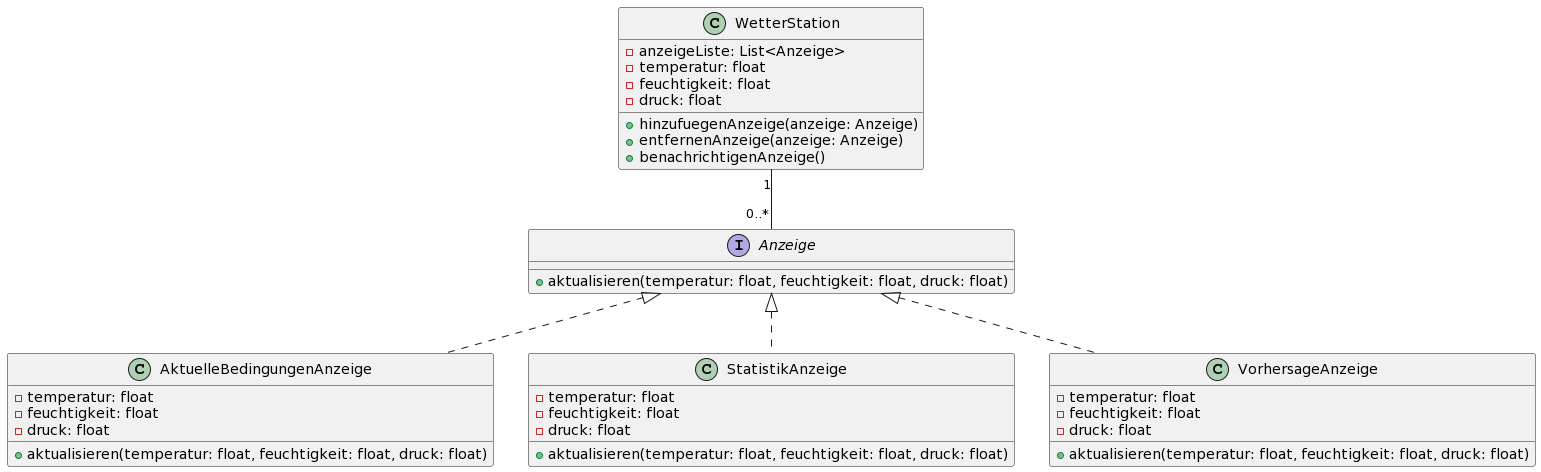
Before: dojo-dungeon/todo-assets/Fragen_Pattern/UML_Klassendiagramm1.png, a diagram exported from PlantUML (Dungeon-CampusMinden/Dungeon).
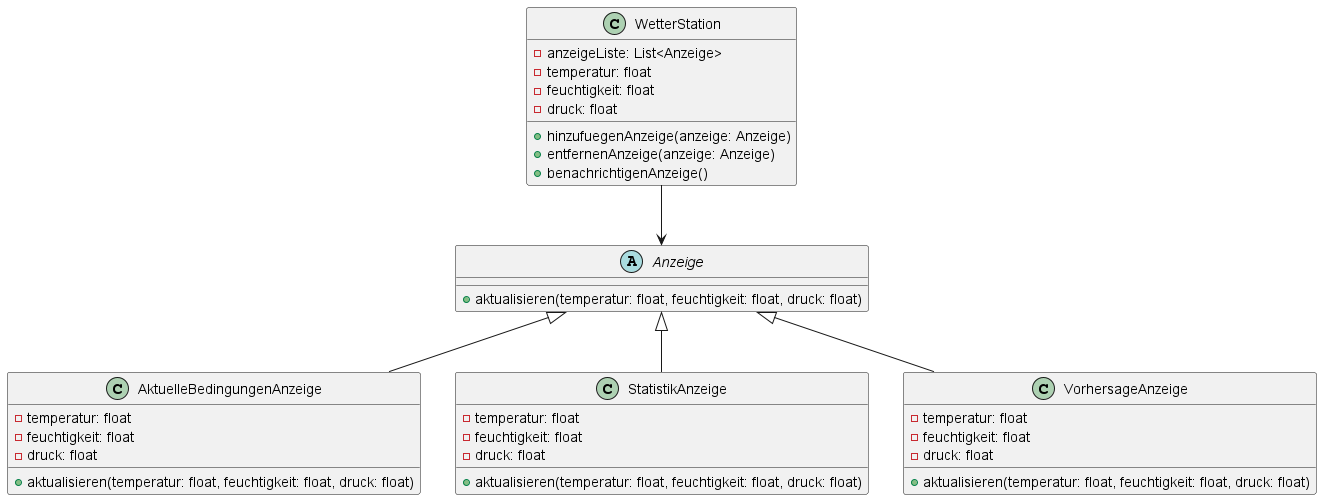
Above is the later version.

Change to the diagram source:
```diff
@@ -1,5 +1,5 @@
-@startuml
-interface Anzeige {
+@startuml UML_Klassendiagramm1.png
+abstract Anzeige {
   +aktualisieren(temperatur: float, feuchtigkeit: float, druck: float)
 }
 
@@ -34,8 +34,8 @@
   +aktualisieren(temperatur: float, feuchtigkeit: float, druck: float)
 }
 
-WetterStation "1" -- "0..*" Anzeige
-Anzeige <|.. AktuelleBedingungenAnzeige
-Anzeige <|.. StatistikAnzeige
-Anzeige <|.. VorhersageAnzeige
+WetterStation --> Anzeige
+Anzeige <|-- AktuelleBedingungenAnzeige
+Anzeige <|-- StatistikAnzeige
+Anzeige <|-- VorhersageAnzeige
 @enduml
```
